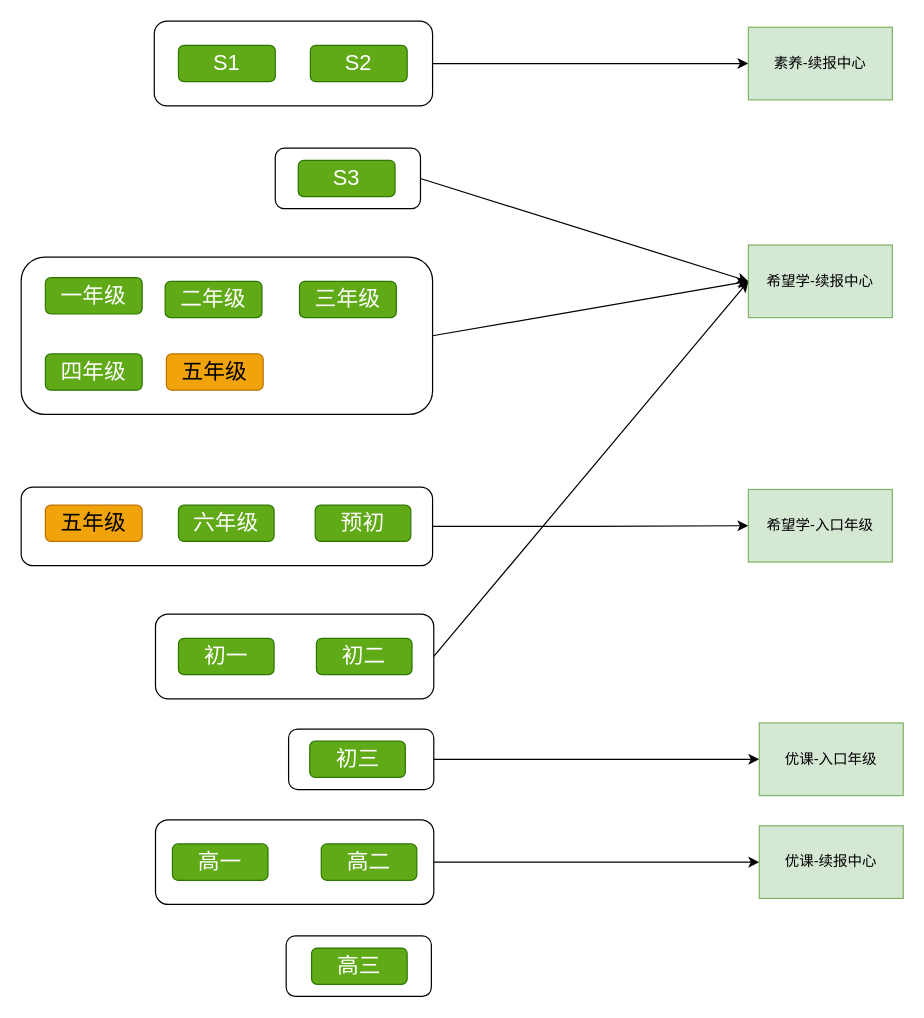
Above: xiwang/续报关系.drawio in LanSeTianYe/draw (draw.io), before the change. Source tidied: cells renumbered, new cells numbered last; positions are measured from the earlier drawing's top-left corner, leaving out a move shared by most shapes. Both pictures are drawn from the tidied source at 121%, with x=0, y=0 at pixel (21, 21).
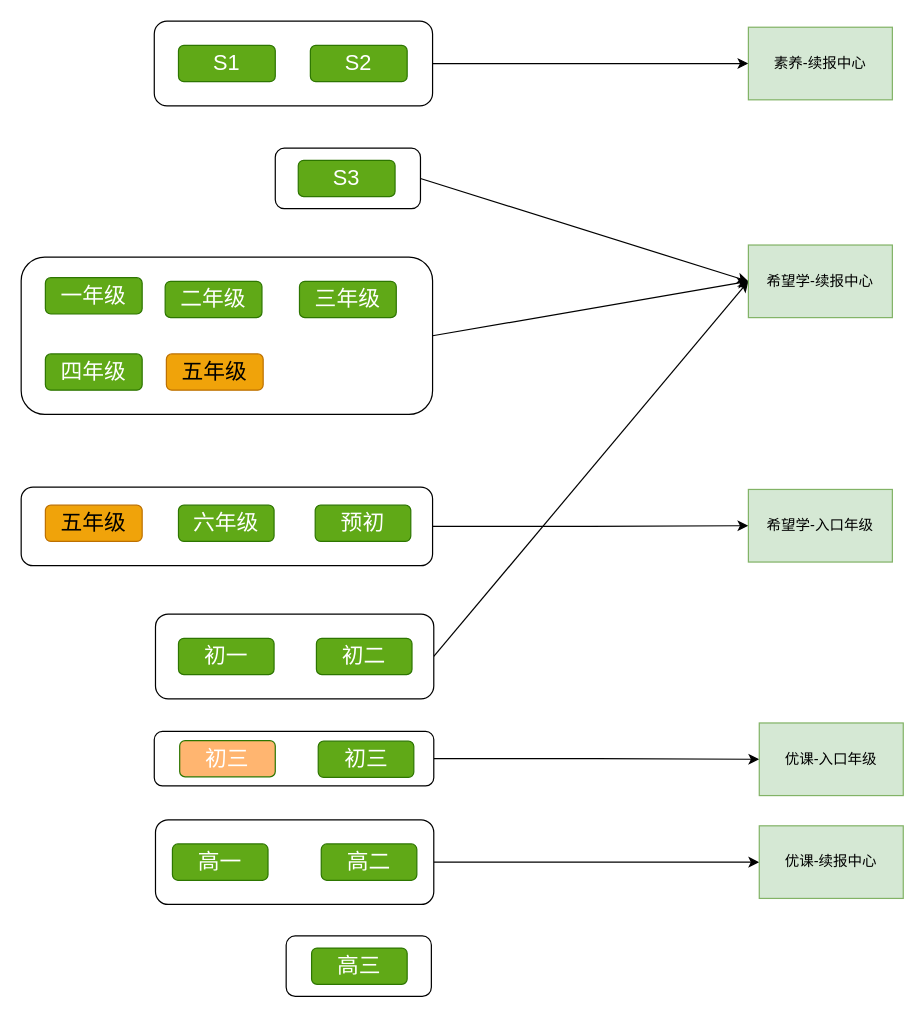
The same page after the edit.

Commit message:
更新续报关系.drawio

What changed in the source:
```diff
@@
     <mxCell id="4" style="rounded=1;whiteSpace=wrap;html=1;" parent="1" vertex="1">
-      <mxGeometry x="221" y="585" width="120" height="50" as="geometry" />
+      <mxGeometry x="110" y="587" width="231" height="45" as="geometry" />
     </mxCell>
@@
     <mxCell id="36" value="&lt;span style=&quot;font-size: 18px;&quot;&gt;初三&lt;/span&gt;" style="rounded=1;whiteSpace=wrap;html=1;fillColor=#60a917;fontColor=#ffffff;strokeColor=#2D7600;" parent="1" vertex="1">
-      <mxGeometry x="238.5" y="595" width="79" height="30" as="geometry" />
+      <mxGeometry x="245.5" y="595" width="79" height="30" as="geometry" />
     </mxCell>
@@
+    <mxCell id="41" value="&lt;span style=&quot;font-size: 18px;&quot;&gt;初三&lt;/span&gt;" style="rounded=1;whiteSpace=wrap;html=1;fillColor=#FFB570;fontColor=#ffffff;strokeColor=#2D7600;" parent="1" vertex="1">
+      <mxGeometry x="131" y="594.5" width="79" height="30" as="geometry" />
+    </mxCell>
```
